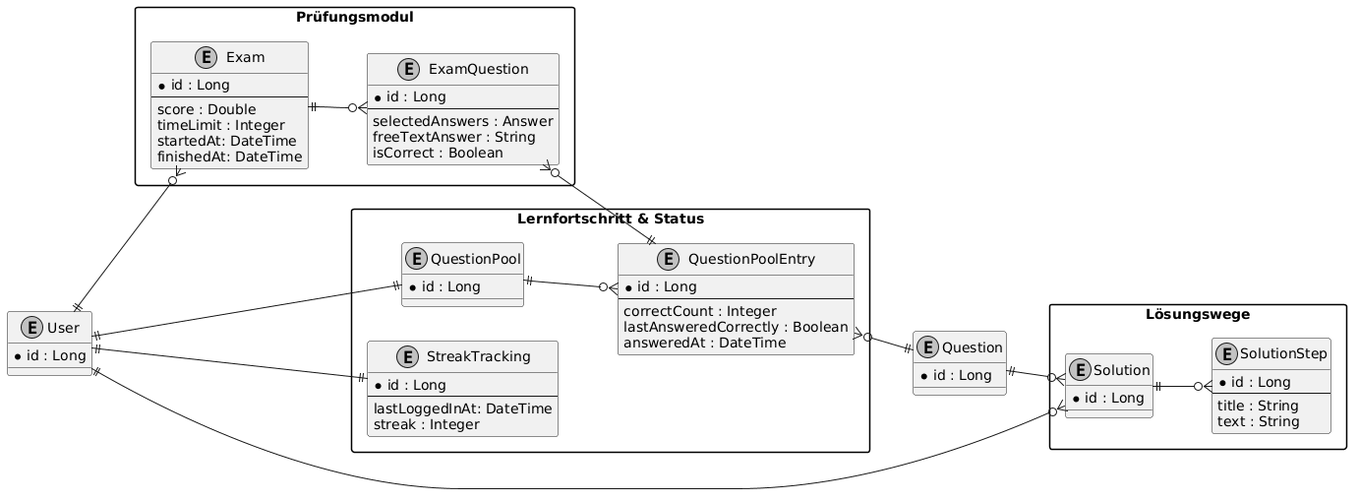
LearnHubDipl/thesis-matura-trainer keeps this PlantUML diagram as sections/chapters/03-umsetzung/images/datamodel.png. Above is the earlier version.
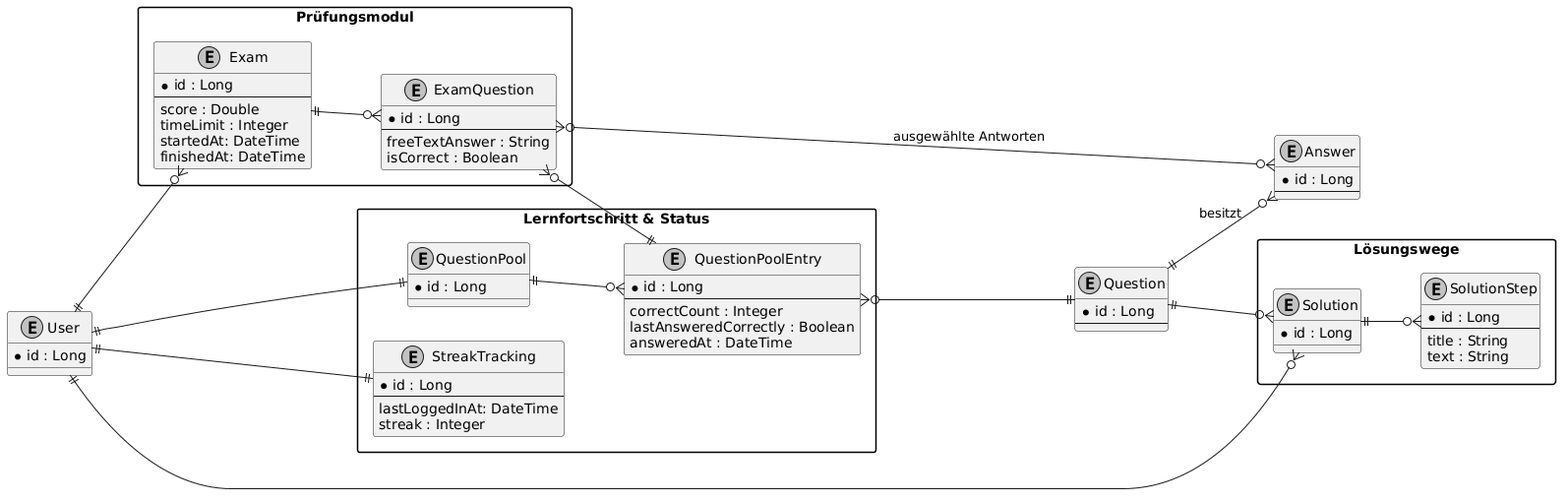
The same diagram one commit later.

Change to the diagram source:
```diff
@@ -10,6 +10,12 @@
 
 entity Question #F5F5F5 {
   * id : Long
+  --
+}
+
+entity Answer #F5F5F5 {
+  * id : Long
+  --
 }
 
 package "Lernfortschritt & Status" {
@@ -46,7 +52,6 @@
   entity ExamQuestion {
     * id : Long
     --
-    selectedAnswers : Answer
     freeTextAnswer : String
     isCorrect : Boolean
   }
@@ -73,6 +78,9 @@
 QuestionPool ||--o{ QuestionPoolEntry
 QuestionPoolEntry }o--|| Question
 
+Question ||--o{ Answer : "besitzt"
+ExamQuestion }o--o{ Answer : "ausgewählte Antworten"
+
 Exam ||--o{ ExamQuestion
 ExamQuestion }o--|| QuestionPoolEntry
 
```
